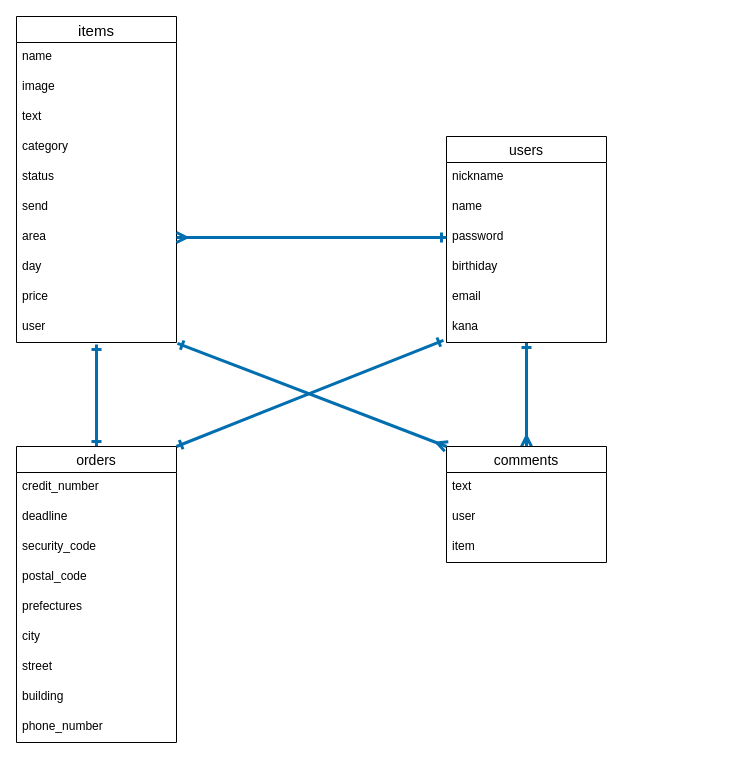
This is furima.dio from giverin1456/furima-34317, a draw.io file, before an edit. Source tidied: cells renumbered, new cells numbered last; positions are measured from the earlier drawing's top-left corner, leaving out a move shared by most shapes. Both pictures are drawn from the tidied source at 100%, with x=0, y=0 at pixel (16, 16).
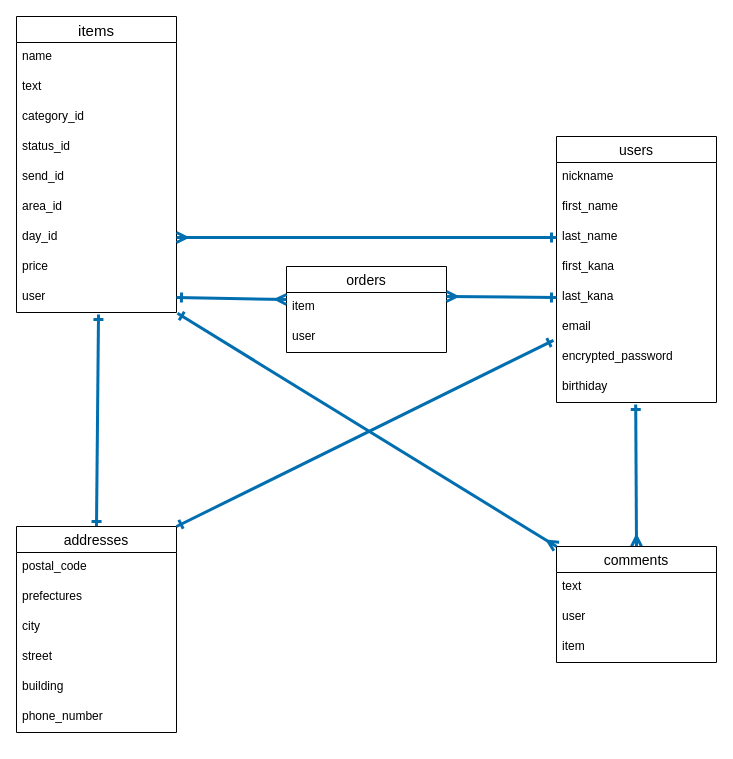
The same diagram, later.

Commit message (it also covers changes not shown here):
データベース設計　修正1

The edit, as a diff of the source:
```diff
@@
     <mxCell id="2" value="items" style="swimlane;fontStyle=0;horizontal=1;startSize=26;align=center;fontSize=15;spacing=2;" parent="1" vertex="1">
-      <mxGeometry width="160" height="326" as="geometry" />
+      <mxGeometry width="160" height="296" as="geometry" />
     </mxCell>
@@
-    <mxCell id="4" value="image" style="text;strokeColor=none;fillColor=none;spacingLeft=4;spacingRight=4;overflow=hidden;fontSize=12;" parent="2" vertex="1">
-      <mxGeometry y="56" width="160" height="30" as="geometry" />
-    </mxCell>
     <mxCell id="5" value="text" style="text;strokeColor=none;fillColor=none;spacingLeft=4;spacingRight=4;overflow=hidden;fontSize=12;" parent="2" vertex="1">
-      <mxGeometry y="86" width="160" height="30" as="geometry" />
+      <mxGeometry y="56" width="160" height="30" as="geometry" />
     </mxCell>
-    <mxCell id="6" value="category" style="text;strokeColor=none;fillColor=none;spacingLeft=4;spacingRight=4;overflow=hidden;fontSize=12;" parent="2" vertex="1">
-      <mxGeometry y="116" width="160" height="30" as="geometry" />
+    <mxCell id="6" value="category_id" style="text;strokeColor=none;fillColor=none;spacingLeft=4;spacingRight=4;overflow=hidden;fontSize=12;" parent="2" vertex="1">
+      <mxGeometry y="86" width="160" height="30" as="geometry" />
     </mxCell>
-    <mxCell id="7" value="status" style="text;strokeColor=none;fillColor=none;spacingLeft=4;spacingRight=4;overflow=hidden;fontSize=12;" parent="2" vertex="1">
-      <mxGeometry y="146" width="160" height="30" as="geometry" />
+    <mxCell id="7" value="status_id" style="text;strokeColor=none;fillColor=none;spacingLeft=4;spacingRight=4;overflow=hidden;fontSize=12;" parent="2" vertex="1">
+      <mxGeometry y="116" width="160" height="30" as="geometry" />
     </mxCell>
-    <mxCell id="8" value="send" style="text;strokeColor=none;fillColor=none;spacingLeft=4;spacingRight=4;overflow=hidden;fontSize=12;" parent="2" vertex="1">
-      <mxGeometry y="176" width="160" height="30" as="geometry" />
+    <mxCell id="8" value="send_id" style="text;strokeColor=none;fillColor=none;spacingLeft=4;spacingRight=4;overflow=hidden;fontSize=12;" parent="2" vertex="1">
+      <mxGeometry y="146" width="160" height="30" as="geometry" />
     </mxCell>
-    <mxCell id="9" value="area" style="text;strokeColor=none;fillColor=none;spacingLeft=4;spacingRight=4;overflow=hidden;points=[[0,0.5],[1,0.5]];portConstraint=eastwest;fontSize=12;" parent="2" vertex="1">
-      <mxGeometry y="206" width="160" height="30" as="geometry" />
+    <mxCell id="9" value="area_id" style="text;strokeColor=none;fillColor=none;spacingLeft=4;spacingRight=4;overflow=hidden;points=[[0,0.5],[1,0.5]];portConstraint=eastwest;fontSize=12;" parent="2" vertex="1">
+      <mxGeometry y="176" width="160" height="30" as="geometry" />
     </mxCell>
-    <mxCell id="10" value="day" style="text;strokeColor=none;fillColor=none;spacingLeft=4;spacingRight=4;overflow=hidden;fontSize=12;" parent="2" vertex="1">
-      <mxGeometry y="236" width="160" height="30" as="geometry" />
+    <mxCell id="10" value="day_id" style="text;strokeColor=none;fillColor=none;spacingLeft=4;spacingRight=4;overflow=hidden;fontSize=12;" parent="2" vertex="1">
+      <mxGeometry y="206" width="160" height="30" as="geometry" />
     </mxCell>
     <mxCell id="11" value="price" style="text;strokeColor=none;fillColor=none;spacingLeft=4;spacingRight=4;overflow=hidden;fontSize=12;" parent="2" vertex="1">
-      <mxGeometry y="266" width="160" height="30" as="geometry" />
+      <mxGeometry y="236" width="160" height="30" as="geometry" />
     </mxCell>
     <mxCell id="12" value="user" style="text;strokeColor=none;fillColor=none;spacingLeft=4;spacingRight=4;overflow=hidden;points=[[0,0.5],[1,0.5]];portConstraint=eastwest;fontSize=12;" parent="2" vertex="1">
-      <mxGeometry y="296" width="160" height="30" as="geometry" />
+      <mxGeometry y="266" width="160" height="30" as="geometry" />
     </mxCell>
-    <mxCell id="13" style="edgeStyle=none;rounded=1;jumpSize=3;jettySize=auto;html=1;exitX=0.5;exitY=0;exitDx=0;exitDy=0;startArrow=ERmany;startFill=0;startSize=6;endArrow=ERone;endFill=0;endSize=6;targetPerimeterSpacing=0;strokeWidth=3;fontSize=15;fillColor=#1ba1e2;strokeColor=#006EAF;" parent="1" edge="1" source="14" target="24">
+    <mxCell id="13" style="edgeStyle=none;rounded=1;jumpSize=3;jettySize=auto;html=1;exitX=0.5;exitY=0;exitDx=0;exitDy=0;startArrow=ERmany;startFill=0;startSize=6;endArrow=ERone;endFill=0;endSize=6;targetPerimeterSpacing=0;strokeWidth=3;fontSize=15;fillColor=#1ba1e2;strokeColor=#006EAF;entryX=0.495;entryY=1.067;entryDx=0;entryDy=0;entryPerimeter=0;" parent="1" edge="1" source="14" target="40">
       <mxGeometry relative="1" as="geometry" />
     </mxCell>
     <mxCell id="14" value="comments" style="swimlane;fontStyle=0;horizontal=1;startSize=26;align=center;fontSize=14;" parent="1" vertex="1">
-      <mxGeometry x="430" y="430" width="160" height="116" as="geometry" />
+      <mxGeometry x="540" y="530" width="160" height="116" as="geometry" />
     </mxCell>
@@
     <mxCell id="18" value="users" style="swimlane;fontStyle=0;horizontal=1;startSize=26;align=center;fontSize=14;" parent="1" vertex="1">
-      <mxGeometry x="430" y="120" width="160" height="206" as="geometry" />
+      <mxGeometry x="540" y="120" width="160" height="266" as="geometry" />
     </mxCell>
@@
-    <mxCell id="20" value="name" style="text;strokeColor=none;fillColor=none;spacingLeft=4;spacingRight=4;overflow=hidden;fontSize=12;" parent="18" vertex="1">
+    <mxCell id="20" value="first_name" style="text;strokeColor=none;fillColor=none;spacingLeft=4;spacingRight=4;overflow=hidden;fontSize=12;" parent="18" vertex="1">
       <mxGeometry y="56" width="160" height="30" as="geometry" />
     </mxCell>
-    <mxCell id="21" value="password" style="text;strokeColor=none;fillColor=none;spacingLeft=4;spacingRight=4;overflow=hidden;points=[[0,0.5],[1,0.5]];portConstraint=eastwest;fontSize=12;" parent="18" vertex="1">
+    <mxCell id="21" value="last_name" style="text;strokeColor=none;fillColor=none;spacingLeft=4;spacingRight=4;overflow=hidden;points=[[0,0.5],[1,0.5]];portConstraint=eastwest;fontSize=12;" parent="18" vertex="1">
       <mxGeometry y="86" width="160" height="30" as="geometry" />
     </mxCell>
-    <mxCell id="22" value="birthiday" style="text;strokeColor=none;fillColor=none;spacingLeft=4;spacingRight=4;overflow=hidden;fontSize=12;" parent="18" vertex="1">
+    <mxCell id="22" value="first_kana" style="text;strokeColor=none;fillColor=none;spacingLeft=4;spacingRight=4;overflow=hidden;fontSize=12;" parent="18" vertex="1">
       <mxGeometry y="116" width="160" height="30" as="geometry" />
     </mxCell>
-    <mxCell id="23" value="email" style="text;strokeColor=none;fillColor=none;spacingLeft=4;spacingRight=4;overflow=hidden;points=[[0,0.5],[1,0.5]];portConstraint=eastwest;fontSize=12;" parent="18" vertex="1">
+    <mxCell id="23" value="last_kana" style="text;strokeColor=none;fillColor=none;spacingLeft=4;spacingRight=4;overflow=hidden;points=[[0,0.5],[1,0.5]];portConstraint=eastwest;fontSize=12;" parent="18" vertex="1">
       <mxGeometry y="146" width="160" height="30" as="geometry" />
     </mxCell>
-    <mxCell id="24" value="kana" style="text;strokeColor=none;fillColor=none;spacingLeft=4;spacingRight=4;overflow=hidden;points=[[0,0.5],[1,0.5]];portConstraint=eastwest;fontSize=12;" parent="18" vertex="1">
+    <mxCell id="24" value="email" style="text;strokeColor=none;fillColor=none;spacingLeft=4;spacingRight=4;overflow=hidden;points=[[0,0.5],[1,0.5]];portConstraint=eastwest;fontSize=12;" parent="18" vertex="1">
       <mxGeometry y="176" width="160" height="30" as="geometry" />
     </mxCell>
+    <mxCell id="39" value="encrypted_password" style="text;strokeColor=none;fillColor=none;spacingLeft=4;spacingRight=4;overflow=hidden;fontSize=12;" parent="18" vertex="1">
+      <mxGeometry y="206" width="160" height="30" as="geometry" />
+    </mxCell>
+    <mxCell id="40" value="birthiday&#10;" style="text;strokeColor=none;fillColor=none;spacingLeft=4;spacingRight=4;overflow=hidden;points=[[0,0.5],[1,0.5]];portConstraint=eastwest;fontSize=12;" parent="18" vertex="1">
+      <mxGeometry y="236" width="160" height="30" as="geometry" />
+    </mxCell>
     <mxCell id="25" style="edgeStyle=none;rounded=0;jumpSize=3;jettySize=auto;html=1;exitX=0.5;exitY=0;exitDx=0;exitDy=0;startArrow=ERone;startFill=0;endArrow=ERone;endFill=0;targetPerimeterSpacing=0;strokeWidth=3;fontSize=15;endSize=6;startSize=6;fillColor=#1ba1e2;strokeColor=#006EAF;" parent="1" edge="1" source="26">
       <mxGeometry relative="1" as="geometry">
-        <mxPoint x="80" y="328" as="targetPoint" />
+        <mxPoint x="82" y="298" as="targetPoint" />
       </mxGeometry>
     </mxCell>
-    <mxCell id="26" value="orders" style="swimlane;fontStyle=0;horizontal=1;startSize=26;align=center;fontSize=14;" parent="1" vertex="1">
-      <mxGeometry y="430" width="160" height="296" as="geometry" />
+    <mxCell id="26" value="addresses" style="swimlane;fontStyle=0;horizontal=1;startSize=26;align=center;fontSize=14;" parent="1" vertex="1">
+      <mxGeometry y="510" width="160" height="206" as="geometry" />
     </mxCell>
-    <mxCell id="27" value="credit_number" style="text;strokeColor=none;fillColor=none;spacingLeft=4;spacingRight=4;overflow=hidden;fontSize=12;" parent="26" vertex="1">
-      <mxGeometry y="26" width="160" height="30" as="geometry" />
-    </mxCell>
-    <mxCell id="28" value="deadline" style="text;strokeColor=none;fillColor=none;spacingLeft=4;spacingRight=4;overflow=hidden;fontSize=12;" parent="26" vertex="1">
-      <mxGeometry y="56" width="160" height="30" as="geometry" />
-    </mxCell>
-    <mxCell id="29" value="security_code" style="text;strokeColor=none;fillColor=none;spacingLeft=4;spacingRight=4;overflow=hidden;fontSize=12;" parent="26" vertex="1">
-      <mxGeometry y="86" width="160" height="30" as="geometry" />
-    </mxCell>
     <mxCell id="30" value="postal_code" style="text;strokeColor=none;fillColor=none;spacingLeft=4;spacingRight=4;overflow=hidden;fontSize=12;" parent="26" vertex="1">
-      <mxGeometry y="116" width="160" height="30" as="geometry" />
+      <mxGeometry y="26" width="160" height="30" as="geometry" />
     </mxCell>
     <mxCell id="31" value="prefectures" style="text;strokeColor=none;fillColor=none;spacingLeft=4;spacingRight=4;overflow=hidden;fontSize=12;" parent="26" vertex="1">
-      <mxGeometry y="146" width="160" height="30" as="geometry" />
+      <mxGeometry y="56" width="160" height="30" as="geometry" />
     </mxCell>
     <mxCell id="32" value="city" style="text;strokeColor=none;fillColor=none;spacingLeft=4;spacingRight=4;overflow=hidden;fontSize=12;" parent="26" vertex="1">
-      <mxGeometry y="176" width="160" height="30" as="geometry" />
+      <mxGeometry y="86" width="160" height="30" as="geometry" />
     </mxCell>
     <mxCell id="33" value="street" style="text;strokeColor=none;fillColor=none;spacingLeft=4;spacingRight=4;overflow=hidden;fontSize=12;" parent="26" vertex="1">
-      <mxGeometry y="206" width="160" height="30" as="geometry" />
+      <mxGeometry y="116" width="160" height="30" as="geometry" />
     </mxCell>
     <mxCell id="34" value="building" style="text;strokeColor=none;fillColor=none;spacingLeft=4;spacingRight=4;overflow=hidden;fontSize=12;" parent="26" vertex="1">
-      <mxGeometry y="236" width="160" height="30" as="geometry" />
+      <mxGeometry y="146" width="160" height="30" as="geometry" />
     </mxCell>
     <mxCell id="35" value="phone_number" style="text;strokeColor=none;fillColor=none;spacingLeft=4;spacingRight=4;overflow=hidden;fontSize=12;" parent="26" vertex="1">
-      <mxGeometry y="266" width="160" height="30" as="geometry" />
+      <mxGeometry y="176" width="160" height="30" as="geometry" />
     </mxCell>
-    <mxCell id="36" style="edgeStyle=orthogonalEdgeStyle;rounded=0;jettySize=auto;html=1;exitX=1;exitY=0.5;exitDx=0;exitDy=0;entryX=0;entryY=0.5;entryDx=0;entryDy=0;fontSize=15;verticalAlign=middle;startArrow=ERmany;startFill=0;jumpSize=10;fillColor=#1ba1e2;strokeColor=#006EAF;endArrow=ERone;endFill=0;targetPerimeterSpacing=0;strokeWidth=3;" parent="1" edge="1" source="9" target="21">
-      <mxGeometry relative="1" as="geometry" />
+    <mxCell id="36" style="edgeStyle=orthogonalEdgeStyle;rounded=0;jettySize=auto;html=1;entryX=0;entryY=0.5;entryDx=0;entryDy=0;fontSize=15;verticalAlign=middle;startArrow=ERmany;startFill=0;jumpSize=10;fillColor=#1ba1e2;strokeColor=#006EAF;endArrow=ERone;endFill=0;targetPerimeterSpacing=0;strokeWidth=3;" parent="1" edge="1" target="21">
+      <mxGeometry relative="1" as="geometry">
+        <mxPoint x="160" y="221" as="sourcePoint" />
+        <Array as="points">
+          <mxPoint x="160" y="221" />
+        </Array>
+      </mxGeometry>
     </mxCell>
@@
+    <mxCell id="41" value="orders" style="swimlane;fontStyle=0;horizontal=1;startSize=26;align=center;fontSize=14;strokeWidth=1;" parent="1" vertex="1">
+      <mxGeometry x="270" y="250" width="160" height="86" as="geometry" />
+    </mxCell>
+    <mxCell id="42" value="item" style="text;strokeColor=none;fillColor=none;spacingLeft=4;spacingRight=4;overflow=hidden;fontSize=12;" parent="41" vertex="1">
+      <mxGeometry y="26" width="160" height="30" as="geometry" />
+    </mxCell>
+    <mxCell id="43" value="user" style="text;strokeColor=none;fillColor=none;spacingLeft=4;spacingRight=4;overflow=hidden;fontSize=12;" parent="41" vertex="1">
+      <mxGeometry y="56" width="160" height="30" as="geometry" />
+    </mxCell>
+    <mxCell id="44" style="edgeStyle=none;rounded=1;jumpSize=3;jettySize=auto;html=1;exitX=1;exitY=0.5;exitDx=0;exitDy=0;startArrow=ERone;startFill=0;startSize=6;endArrow=ERmany;endFill=0;endSize=6;targetPerimeterSpacing=0;strokeWidth=3;fontSize=15;fillColor=#1ba1e2;strokeColor=#006EAF;" parent="1" edge="1" source="12">
+      <mxGeometry relative="1" as="geometry">
+        <mxPoint x="270" y="283" as="targetPoint" />
+      </mxGeometry>
+    </mxCell>
+    <mxCell id="45" style="edgeStyle=none;rounded=1;jumpSize=3;jettySize=auto;html=1;exitX=0;exitY=0.5;exitDx=0;exitDy=0;startArrow=ERone;startFill=0;startSize=6;endArrow=ERmany;endFill=0;endSize=6;targetPerimeterSpacing=0;strokeWidth=3;fontSize=15;fillColor=#1ba1e2;strokeColor=#006EAF;" parent="1" edge="1" source="23">
+      <mxGeometry relative="1" as="geometry">
+        <mxPoint x="430" y="280" as="targetPoint" />
+      </mxGeometry>
+    </mxCell>
```
